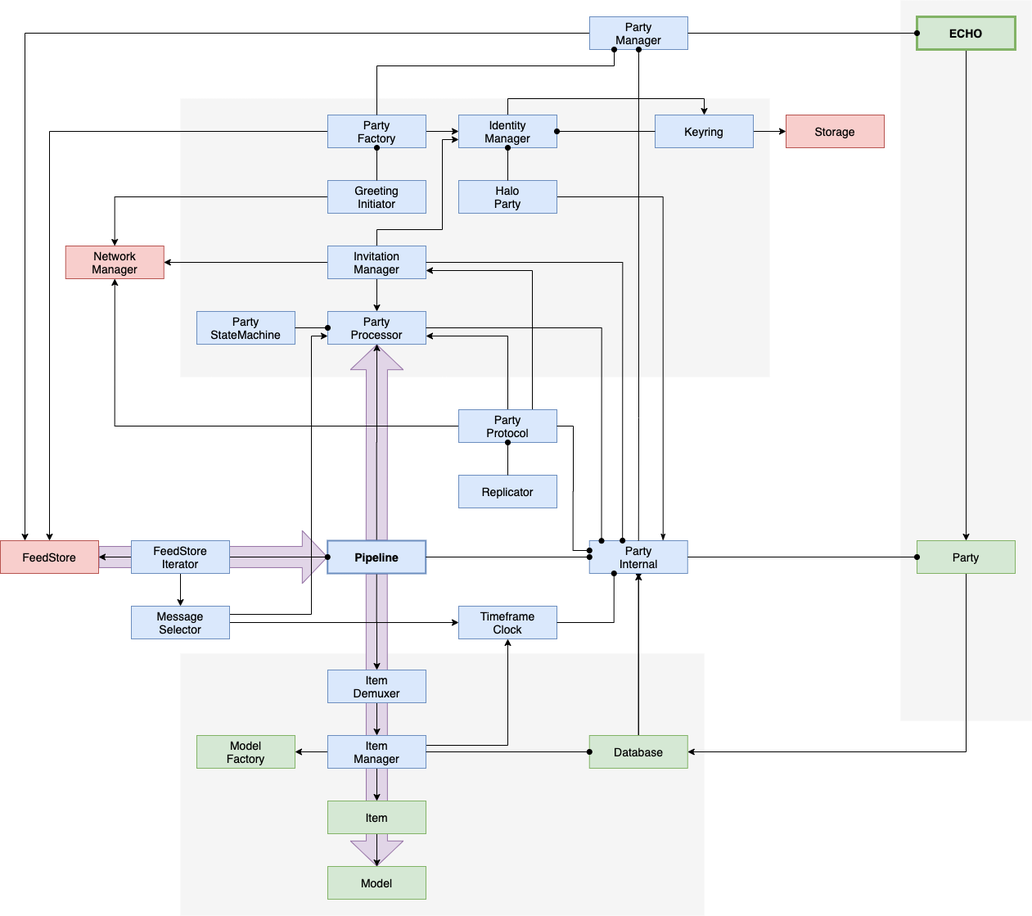
This is docs/content/diagrams/data-processing-2.png from dxos/echo, a draw.io export, as it was before one commit. Source tidied: cells renumbered, new cells last; positions are measured from the earlier drawing's top-left corner, leaving out a move shared by most shapes.
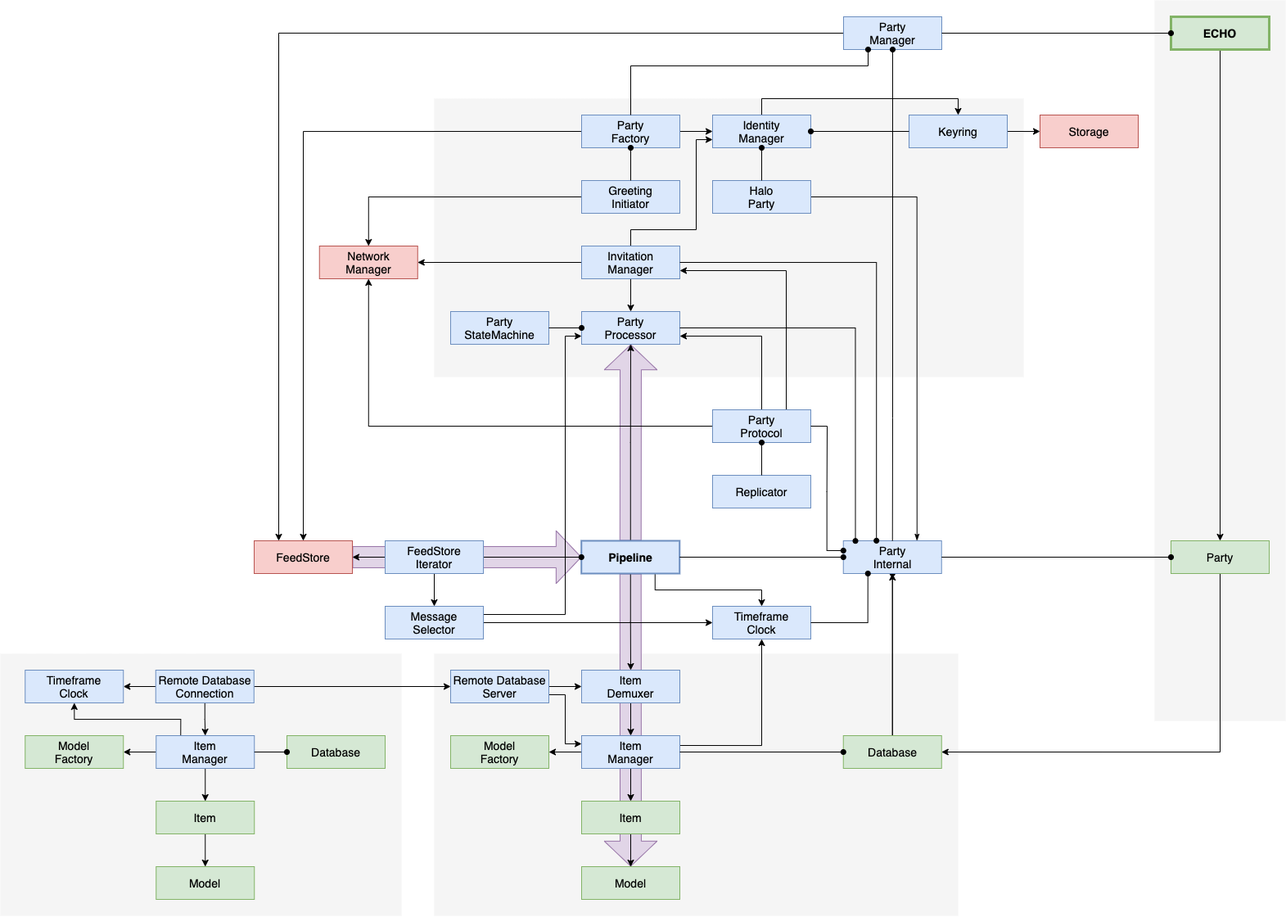
The same file after the commit.

Diff of the diagram source:
```diff
@@ -66,6 +66,9 @@
     <mxCell id="20" style="edgeStyle=orthogonalEdgeStyle;rounded=0;jettySize=auto;html=1;exitX=0.5;exitY=0;exitDx=0;exitDy=0;" parent="1" edge="1" source="21" target="22">
       <mxGeometry relative="1" as="geometry" />
     </mxCell>
+    <mxCell id="80" style="edgeStyle=orthogonalEdgeStyle;rounded=0;jettySize=auto;html=1;exitX=0.75;exitY=1;exitDx=0;exitDy=0;" parent="1" edge="1" source="21" target="24">
+      <mxGeometry relative="1" as="geometry" />
+    </mxCell>
     <mxCell id="21" value="Pipeline" style="rounded=0;whiteSpace=wrap;html=1;fontSize=14;fontFamily=Helvetica;fillColor=#dae8fc;strokeColor=#6c8ebf;fontStyle=1;strokeWidth=2;" parent="1" vertex="1">
       <mxGeometry x="399.8" y="660" width="120" height="40" as="geometry" />
     </mxCell>
@@ -272,5 +275,62 @@
     <mxCell id="79" value="FeedStore&lt;br&gt;Iterator" style="rounded=0;whiteSpace=wrap;html=1;fontSize=14;fontFamily=Helvetica;fillColor=#dae8fc;strokeColor=#6c8ebf;fontStyle=0;strokeWidth=1;" parent="1" vertex="1">
       <mxGeometry x="160" y="660" width="120" height="40" as="geometry" />
     </mxCell>
+    <mxCell id="81" style="rounded=0;whiteSpace=wrap;html=1;fontSize=14;fontFamily=Helvetica;fontStyle=0;fillColor=#f5f5f5;dashed=1;fontColor=#333333;strokeColor=none;" parent="1" vertex="1">
+      <mxGeometry x="-310" y="798" width="490" height="320" as="geometry" />
+    </mxCell>
+    <mxCell id="82" style="edgeStyle=orthogonalEdgeStyle;rounded=0;jettySize=auto;html=1;exitX=0.5;exitY=1;exitDx=0;exitDy=0;" parent="1" edge="1" source="90" target="85">
+      <mxGeometry relative="1" as="geometry" />
+    </mxCell>
+    <mxCell id="83" style="edgeStyle=orthogonalEdgeStyle;rounded=0;jettySize=auto;html=1;exitX=0;exitY=0.5;exitDx=0;exitDy=0;entryX=1;entryY=0.5;entryDx=0;entryDy=0;" parent="1" edge="1" source="90" target="87">
+      <mxGeometry relative="1" as="geometry" />
+    </mxCell>
+    <mxCell id="84" style="edgeStyle=orthogonalEdgeStyle;rounded=0;jettySize=auto;html=1;exitX=0.5;exitY=1;exitDx=0;exitDy=0;entryX=0.5;entryY=0;entryDx=0;entryDy=0;" parent="1" edge="1" source="85" target="86">
+      <mxGeometry relative="1" as="geometry" />
+    </mxCell>
+    <mxCell id="85" value="Item" style="rounded=0;whiteSpace=wrap;html=1;fontSize=14;fontFamily=Helvetica;fillColor=#d5e8d4;strokeColor=#82b366;fontStyle=0;strokeWidth=1;" parent="1" vertex="1">
+      <mxGeometry x="-119.8" y="978" width="120" height="40" as="geometry" />
+    </mxCell>
+    <mxCell id="86" value="Model" style="rounded=0;whiteSpace=wrap;html=1;fontSize=14;fontFamily=Helvetica;fillColor=#d5e8d4;strokeColor=#82b366;fontStyle=0;strokeWidth=1;" parent="1" vertex="1">
+      <mxGeometry x="-119.8" y="1058" width="120" height="40" as="geometry" />
+    </mxCell>
+    <mxCell id="87" value="Model&lt;br&gt;Factory" style="rounded=0;whiteSpace=wrap;html=1;fontSize=14;fontFamily=Helvetica;fillColor=#d5e8d4;strokeColor=#82b366;fontStyle=0;strokeWidth=1;" parent="1" vertex="1">
+      <mxGeometry x="-279.8" y="898" width="120" height="40" as="geometry" />
+    </mxCell>
+    <mxCell id="88" value="Database" style="rounded=0;whiteSpace=wrap;html=1;fontSize=14;fontFamily=Helvetica;fillColor=#d5e8d4;strokeColor=#82b366;fontStyle=0;strokeWidth=1;" parent="1" vertex="1">
+      <mxGeometry x="40" y="898" width="120" height="40" as="geometry" />
+    </mxCell>
+    <mxCell id="89" style="edgeStyle=orthogonalEdgeStyle;rounded=0;jettySize=auto;html=1;exitX=0.25;exitY=0;exitDx=0;exitDy=0;entryX=0.5;entryY=1;entryDx=0;entryDy=0;" parent="1" edge="1" source="90" target="99">
+      <mxGeometry relative="1" as="geometry" />
+    </mxCell>
+    <mxCell id="90" value="Item&lt;br&gt;Manager" style="rounded=0;whiteSpace=wrap;html=1;fontSize=14;fontFamily=Helvetica;fillColor=#dae8fc;strokeColor=#6c8ebf;fontStyle=0;strokeWidth=1;" parent="1" vertex="1">
+      <mxGeometry x="-119.8" y="898" width="120" height="40" as="geometry" />
+    </mxCell>
+    <mxCell id="91" style="edgeStyle=orthogonalEdgeStyle;rounded=0;jettySize=auto;html=1;exitX=0;exitY=0.5;exitDx=0;exitDy=0;entryX=1;entryY=0.5;entryDx=0;entryDy=0;startArrow=oval;startFill=1;endArrow=none;endFill=0;" parent="1" edge="1" source="88" target="90">
+      <mxGeometry relative="1" as="geometry" />
+    </mxCell>
+    <mxCell id="92" style="edgeStyle=orthogonalEdgeStyle;rounded=0;jettySize=auto;html=1;exitX=0.5;exitY=1;exitDx=0;exitDy=0;entryX=0.5;entryY=0;entryDx=0;entryDy=0;" parent="1" edge="1" source="95" target="90">
+      <mxGeometry relative="1" as="geometry" />
+    </mxCell>
+    <mxCell id="93" style="edgeStyle=orthogonalEdgeStyle;rounded=0;jettySize=auto;html=1;exitX=1;exitY=0.5;exitDx=0;exitDy=0;" parent="1" edge="1" source="95" target="98">
+      <mxGeometry relative="1" as="geometry" />
+    </mxCell>
+    <mxCell id="94" style="edgeStyle=orthogonalEdgeStyle;rounded=0;jettySize=auto;html=1;exitX=0;exitY=0.5;exitDx=0;exitDy=0;entryX=1;entryY=0.5;entryDx=0;entryDy=0;" parent="1" edge="1" source="95" target="99">
+      <mxGeometry relative="1" as="geometry" />
+    </mxCell>
+    <mxCell id="95" value="Remote Database Connection" style="rounded=0;whiteSpace=wrap;html=1;fontSize=14;fontFamily=Helvetica;fillColor=#dae8fc;strokeColor=#6c8ebf;fontStyle=0;strokeWidth=1;" parent="1" vertex="1">
+      <mxGeometry x="-120.2" y="818" width="120" height="40" as="geometry" />
+    </mxCell>
+    <mxCell id="96" style="edgeStyle=orthogonalEdgeStyle;rounded=0;jettySize=auto;html=1;exitX=1;exitY=0.5;exitDx=0;exitDy=0;" parent="1" edge="1" source="98" target="45">
+      <mxGeometry relative="1" as="geometry" />
+    </mxCell>
+    <mxCell id="97" style="edgeStyle=orthogonalEdgeStyle;rounded=0;jettySize=auto;html=1;exitX=1;exitY=0.75;exitDx=0;exitDy=0;entryX=0;entryY=0.25;entryDx=0;entryDy=0;" parent="1" edge="1" source="98" target="62">
+      <mxGeometry relative="1" as="geometry" />
+    </mxCell>
+    <mxCell id="98" value="Remote Database Server" style="rounded=0;whiteSpace=wrap;html=1;fontSize=14;fontFamily=Helvetica;fillColor=#dae8fc;strokeColor=#6c8ebf;fontStyle=0;strokeWidth=1;" parent="1" vertex="1">
+      <mxGeometry x="240" y="818" width="120" height="40" as="geometry" />
+    </mxCell>
+    <mxCell id="99" value="Timeframe&lt;br&gt;Clock" style="rounded=0;whiteSpace=wrap;html=1;fontSize=14;fontFamily=Helvetica;fillColor=#dae8fc;strokeColor=#6c8ebf;fontStyle=0;strokeWidth=1;" parent="1" vertex="1">
+      <mxGeometry x="-279.8" y="818" width="120" height="40" as="geometry" />
+    </mxCell>
   </root>
 </mxGraphModel>
```
